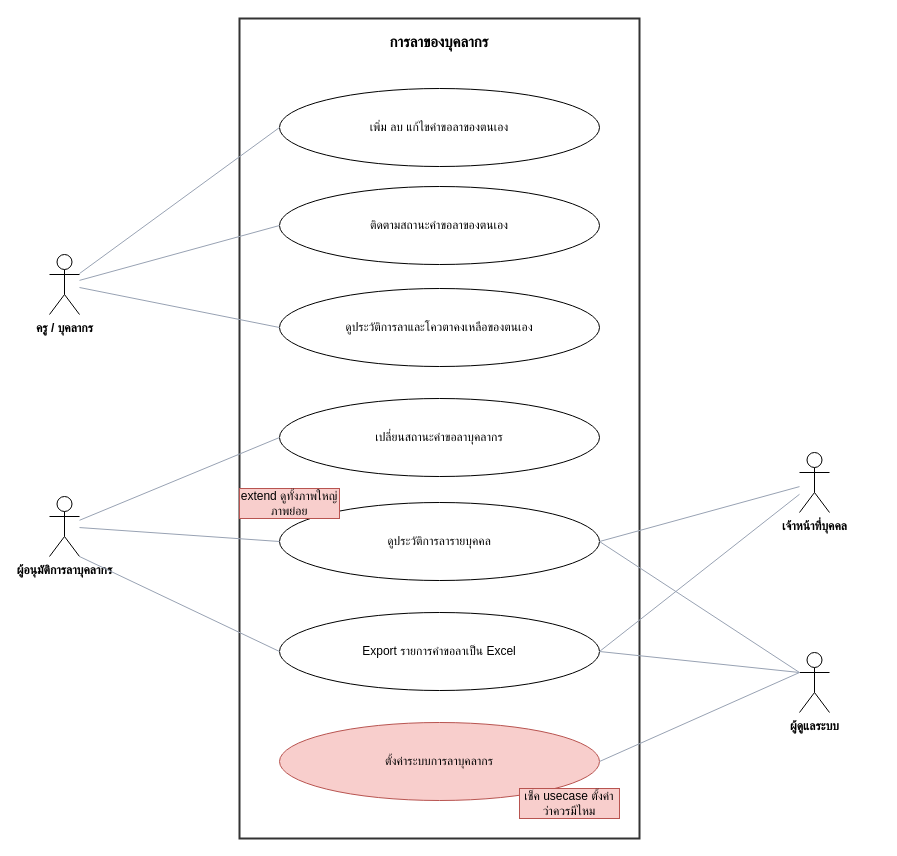
Above: page "การลาของบุคลากร" (2 of 6) of materials/doc/usecase-care.drawio in RealTiraqmisu/SchoolDark (draw.io), before the change. Source tidied: cells renumbered, new cells numbered last; positions are measured from the earlier drawing's top-left corner, leaving out a move shared by most shapes. Both pictures are drawn from the tidied source at 100%, with x=0, y=0 at pixel (49, 18).
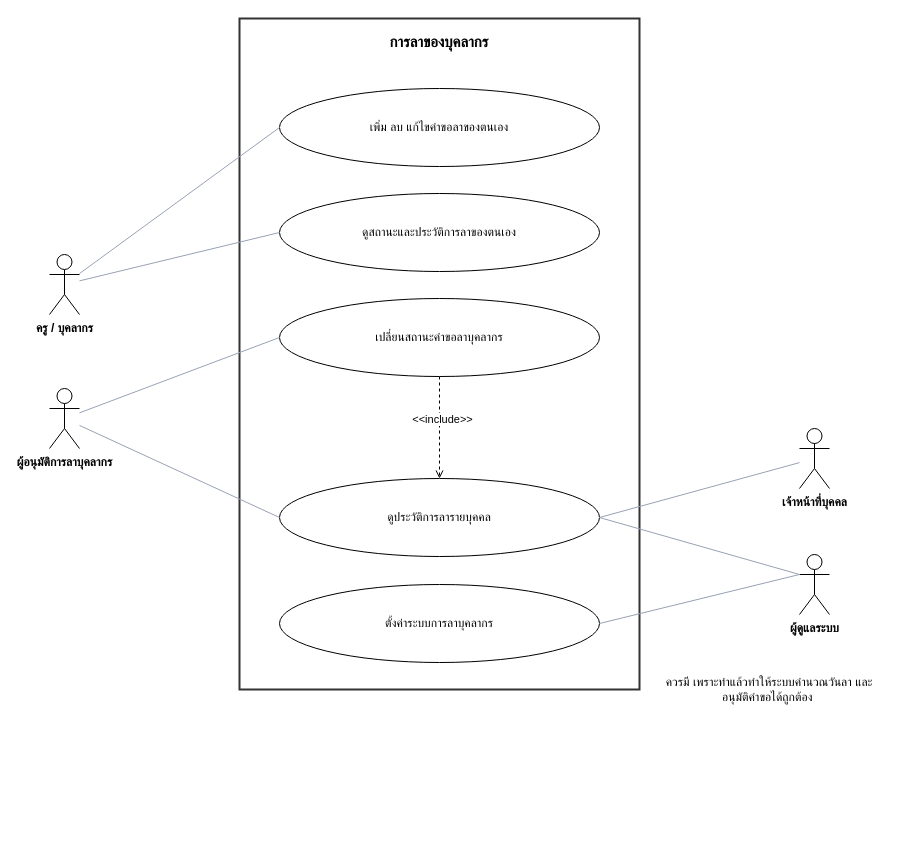
Above is the later version.

Unchanged cells that the change refers to:
```xml
<mxCell id="8" value="ครู / บุคลากร" style="shape=umlActor;verticalLabelPosition=bottom;verticalAlign=top;html=1;outlineConnect=0;whiteSpace=nowrap;fontSize=12;fontStyle=1;" parent="1" vertex="1">
  <mxGeometry y="236" width="30" height="60" as="geometry" />
</mxCell>
```

The edit, as a diff of the source:
```diff
@@
     <mxCell id="2" value="การลาของบุคลากร" style="rounded=0;whiteSpace=wrap;html=1;verticalAlign=top;align=center;fontStyle=1;fontSize=15;fillColor=none;strokeColor=#333333;strokeWidth=2;spacingTop=8;" parent="1" vertex="1">
-      <mxGeometry x="190" width="400" height="820" as="geometry" />
+      <mxGeometry x="190" width="400" height="671" as="geometry" />
     </mxCell>
@@
-    <mxCell id="4" value="ติดตามสถานะคำขอลาของตนเอง" style="ellipse;whiteSpace=wrap;html=1;fontSize=12;spacing=10;" parent="1" vertex="1">
-      <mxGeometry x="230" y="168" width="320" height="78" as="geometry" />
+    <mxCell id="4" value="&lt;span style=&quot;white-space: pre-wrap; color: rgb(0, 0, 0);&quot;&gt;ดูสถานะและประวัติการลาของตนเอง&lt;/span&gt;" style="ellipse;whiteSpace=wrap;html=1;fontSize=12;spacing=10;" parent="1" vertex="1">
+      <mxGeometry x="230" y="175" width="320" height="78" as="geometry" />
     </mxCell>
+    <mxCell id="27" style="edgeStyle=none;html=1;dashed=1;endArrow=open;endFill=0;" parent="1" edge="1" source="5" target="6">
+      <mxGeometry relative="1" as="geometry" />
+    </mxCell>
+    <mxCell id="28" value="&amp;lt;&amp;lt;include&amp;gt;&amp;gt;" style="edgeLabel;html=1;align=center;verticalAlign=middle;" parent="27" vertex="1">
+      <mxGeometry x="-0.18" y="2" relative="1" as="geometry" />
+    </mxCell>
     <mxCell id="5" value="&lt;span style=&quot;color: rgb(0, 0, 0);&quot;&gt;เปลี่ยนสถานะ&lt;/span&gt;คำขอลาบุคลากร" style="ellipse;whiteSpace=wrap;html=1;fontSize=12;spacing=10;" parent="1" vertex="1">
-      <mxGeometry x="230" y="380" width="320" height="78" as="geometry" />
+      <mxGeometry x="230" y="280" width="320" height="78" as="geometry" />
     </mxCell>
     <mxCell id="6" value="ดูประวัติการลารายบุคคล" style="ellipse;whiteSpace=wrap;html=1;fontSize=12;spacing=10;" parent="1" vertex="1">
-      <mxGeometry x="230" y="484" width="320" height="78" as="geometry" />
+      <mxGeometry x="230" y="460" width="320" height="78" as="geometry" />
     </mxCell>
-    <mxCell id="7" value="ตั้งค่าระบบการลาบุคลากร" style="ellipse;whiteSpace=wrap;html=1;fontSize=12;spacing=10;fillColor=#f8cecc;strokeColor=#b85450;" parent="1" vertex="1">
-      <mxGeometry x="230" y="704" width="320" height="78" as="geometry" />
+    <mxCell id="7" value="ตั้งค่าระบบการลาบุคลากร" style="ellipse;whiteSpace=wrap;html=1;fontSize=12;spacing=10;" parent="1" vertex="1">
+      <mxGeometry x="230" y="566" width="320" height="78" as="geometry" />
     </mxCell>
@@
     <mxCell id="9" value="ผู้อนุมัติการลาบุคลากร" style="shape=umlActor;verticalLabelPosition=bottom;verticalAlign=top;html=1;outlineConnect=0;whiteSpace=nowrap;fontSize=12;fontStyle=1;" parent="1" vertex="1">
-      <mxGeometry y="478" width="30" height="60" as="geometry" />
+      <mxGeometry y="370" width="30" height="60" as="geometry" />
     </mxCell>
     <mxCell id="10" value="เจ้าหน้าที่บุคคล" style="shape=umlActor;verticalLabelPosition=bottom;verticalAlign=top;html=1;outlineConnect=0;whiteSpace=nowrap;fontSize=12;fontStyle=1;" parent="1" vertex="1">
-      <mxGeometry x="750" y="434" width="30" height="60" as="geometry" />
+      <mxGeometry x="750" y="410" width="30" height="60" as="geometry" />
     </mxCell>
     <mxCell id="11" value="ผู้ดูแลระบบ" style="shape=umlActor;verticalLabelPosition=bottom;verticalAlign=top;html=1;outlineConnect=0;whiteSpace=nowrap;fontSize=12;fontStyle=1;" parent="1" vertex="1">
-      <mxGeometry x="750" y="634" width="30" height="60" as="geometry" />
+      <mxGeometry x="750" y="536" width="30" height="60" as="geometry" />
     </mxCell>
@@
-    <mxCell id="18" value="&lt;span style=&quot;color: rgb(0, 0, 0);&quot;&gt;ดูประวัติการลาและโควตาคงเหลือของตนเอง&lt;/span&gt;" style="ellipse;whiteSpace=wrap;html=1;fontSize=12;spacing=10;" parent="1" vertex="1">
-      <mxGeometry x="230" y="270" width="320" height="78" as="geometry" />
-    </mxCell>
-    <mxCell id="19" style="endArrow=none;html=1;strokeColor=#98a2b3;entryX=0;entryY=0.5;entryDx=0;entryDy=0;" parent="1" edge="1" source="8" target="18">
-      <mxGeometry relative="1" as="geometry" />
-    </mxCell>
-    <mxCell id="20" value="Export รายการคำขอลาเป็น Excel" style="ellipse;whiteSpace=wrap;html=1;fontSize=12;spacing=10;" parent="1" vertex="1">
-      <mxGeometry x="230" y="594" width="320" height="78" as="geometry" />
-    </mxCell>
-    <mxCell id="21" style="endArrow=none;html=1;strokeColor=#98a2b3;entryX=1;entryY=0.5;entryDx=0;entryDy=0;exitX=0;exitY=0.3333333333333333;exitDx=0;exitDy=0;exitPerimeter=0;" parent="1" edge="1" source="11" target="20">
-      <mxGeometry relative="1" as="geometry" />
-    </mxCell>
-    <mxCell id="22" style="endArrow=none;html=1;strokeColor=#98a2b3;entryX=1;entryY=1;entryDx=0;entryDy=0;exitX=0;exitY=0.5;exitDx=0;exitDy=0;entryPerimeter=0;" parent="1" edge="1" source="20" target="9">
-      <mxGeometry relative="1" as="geometry" />
-    </mxCell>
-    <mxCell id="23" style="endArrow=none;html=1;strokeColor=#98a2b3;entryX=1;entryY=0.5;entryDx=0;entryDy=0;" parent="1" edge="1" source="10" target="20">
-      <mxGeometry relative="1" as="geometry" />
-    </mxCell>
@@
-    <mxCell id="25" value="extend ดูทั้งภาพใหญ่ภาพย่อย" style="text;html=1;whiteSpace=wrap;strokeColor=#b85450;fillColor=#f8cecc;align=center;verticalAlign=middle;rounded=0;" parent="1" vertex="1">
-      <mxGeometry x="190" y="470" width="100" height="30" as="geometry" />
-    </mxCell>
-    <mxCell id="26" value="เช็ค usecase ตั้งค่า ว่าควรมีไหม" style="text;html=1;whiteSpace=wrap;strokeColor=#b85450;fillColor=#f8cecc;align=center;verticalAlign=middle;rounded=0;" parent="1" vertex="1">
-      <mxGeometry x="470" y="770" width="100" height="30" as="geometry" />
-    </mxCell>
+    <mxCell id="29" value="&lt;span style=&quot;white-space: pre-wrap;&quot;&gt;ควรมี เพราะทำแล้วทำให้ระบบคำนวณวันลา และอนุมัติคำขอได้ถูกต้อง &lt;/span&gt;" style="text;html=1;whiteSpace=wrap;strokeColor=none;fillColor=none;align=center;verticalAlign=middle;rounded=0;" parent="1" vertex="1">
+      <mxGeometry x="610" y="656" width="220" height="30" as="geometry" />
+    </mxCell>
```
